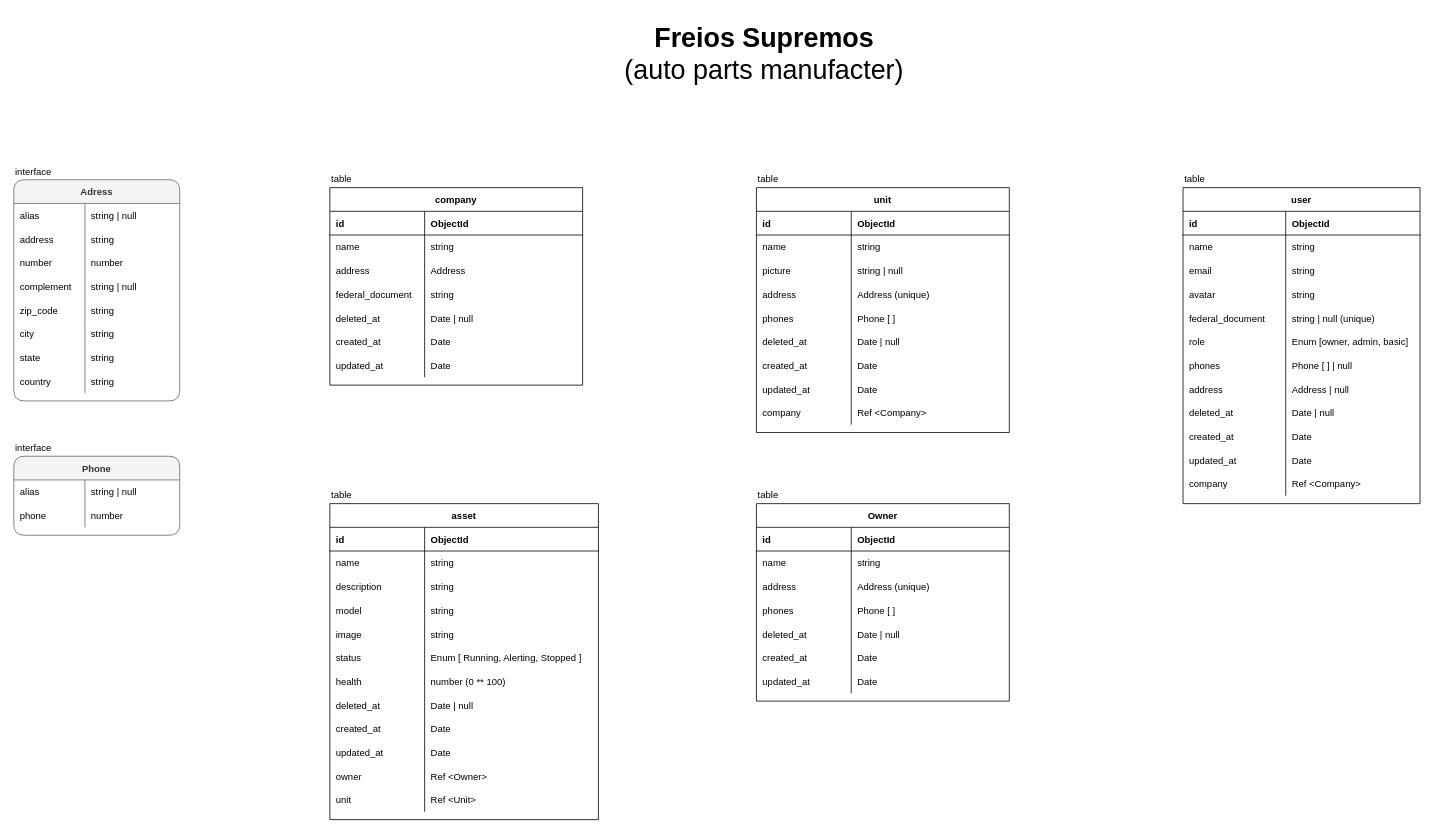
Before: docs/diagram.drawio in anderson-felix/tractian, a draw.io diagram. Source tidied: cells renumbered, new cells numbered last; positions are measured from the earlier drawing's top-left corner, leaving out a move shared by most shapes. Both pictures are drawn from the tidied source at 79%, with x=0, y=0 at pixel (13, 13).
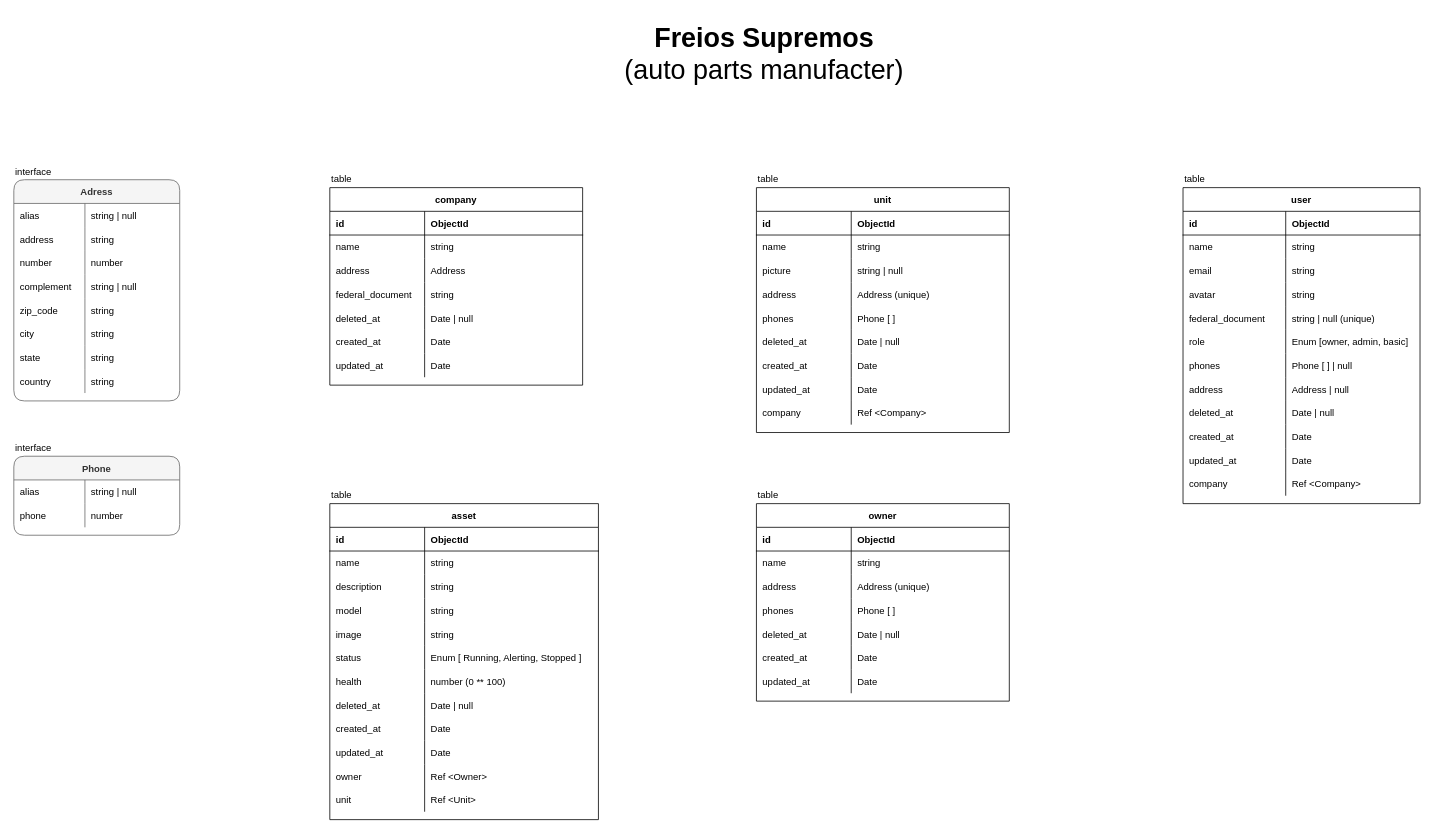
Above is the later version.

What changed in the source:
```diff
@@
-    <mxCell id="166" value="Owner" style="shape=table;startSize=30;childLayout=tableLayout;rowLines=0;fontStyle=1;align=center;" parent="1" vertex="1">
+    <mxCell id="166" value="owner" style="shape=table;startSize=30;childLayout=tableLayout;rowLines=0;fontStyle=1;align=center;" parent="1" vertex="1">
       <mxGeometry x="940" y="620" width="320.1" height="250" as="geometry" />
     </mxCell>
```
